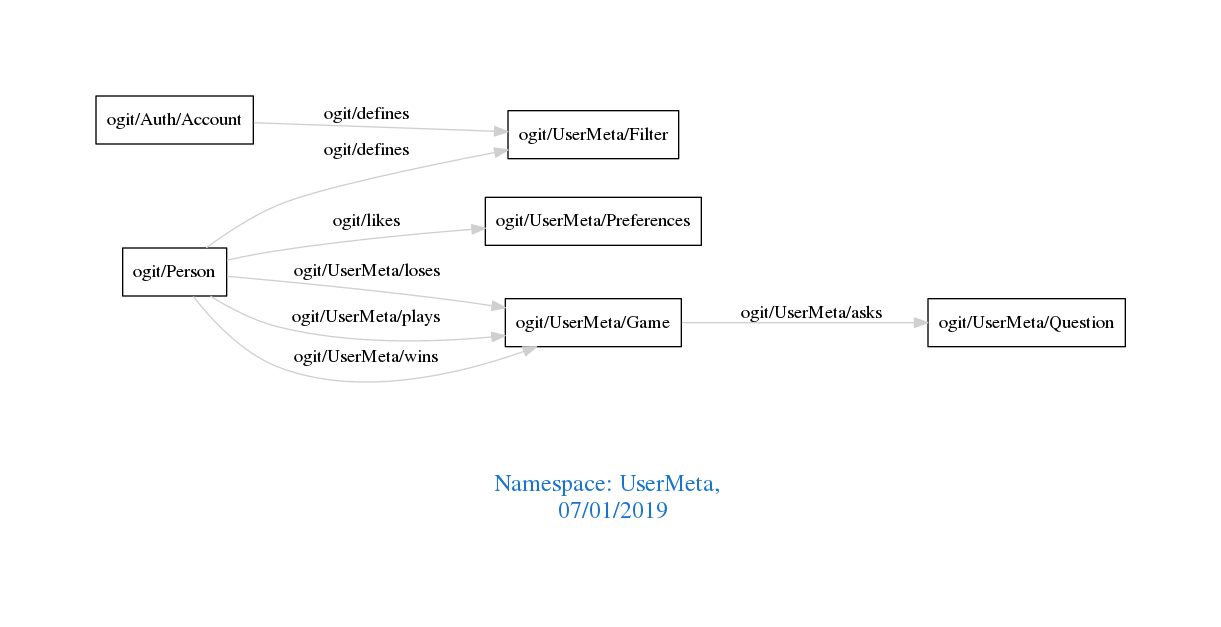
The Graphviz diagram downloads/UserMeta.png in arago/OGIT, before a commit. Its source is kept beside it as downloads/UserMeta.dot.
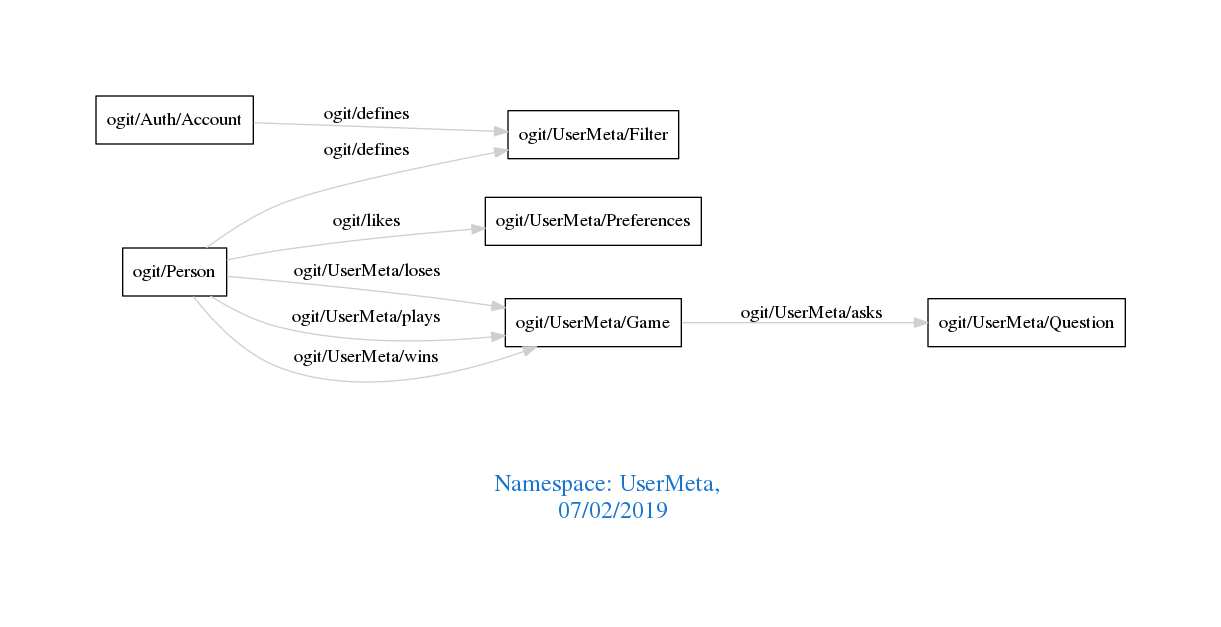
After the change.

Diff of the diagram source:
```diff
@@ -1,7 +1,7 @@
 digraph OGIT_ontology {
  graph [ rankdir= LR,pad=1
 fontsize = 18,
-fontcolor= dodgerblue3,label = "\n\n\nNamespace: UserMeta, \n 07/01/2019"];
+fontcolor= dodgerblue3,label = "\n\n\nNamespace: UserMeta, \n 07/02/2019"];
 node[shape=polygon];
 edge [  color="gray81"];
 
```
